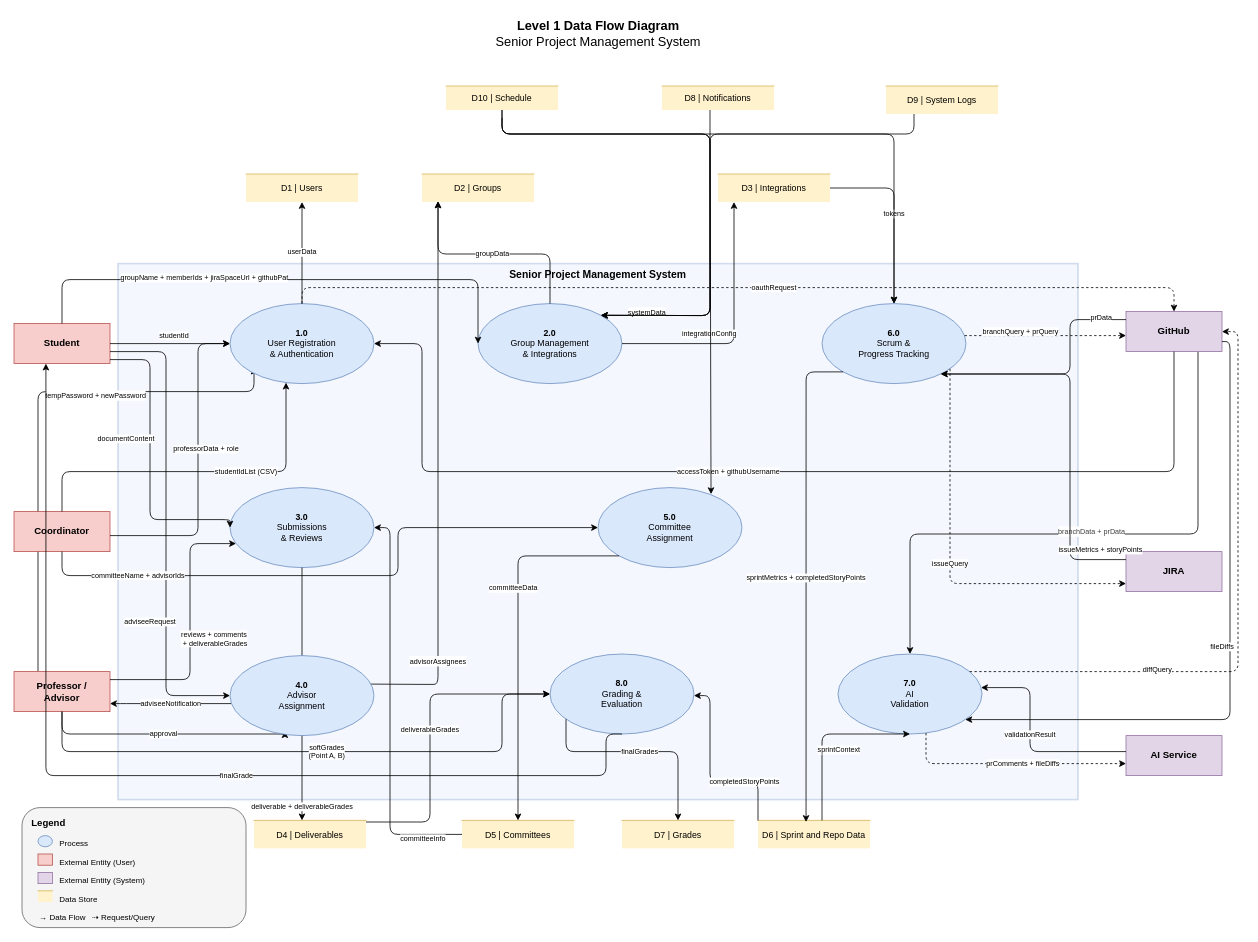
The draw.io diagram docs/dfd/dfd-level1.drawio in SE3318-Spring-2025-2026/senior-app-4, before the edit. Source tidied: cells renumbered, new cells numbered last; positions are measured from the earlier drawing's top-left corner, leaving out a move shared by most shapes. Both pictures are drawn from the tidied source at 80%, with x=0, y=0 at pixel (14, 14).
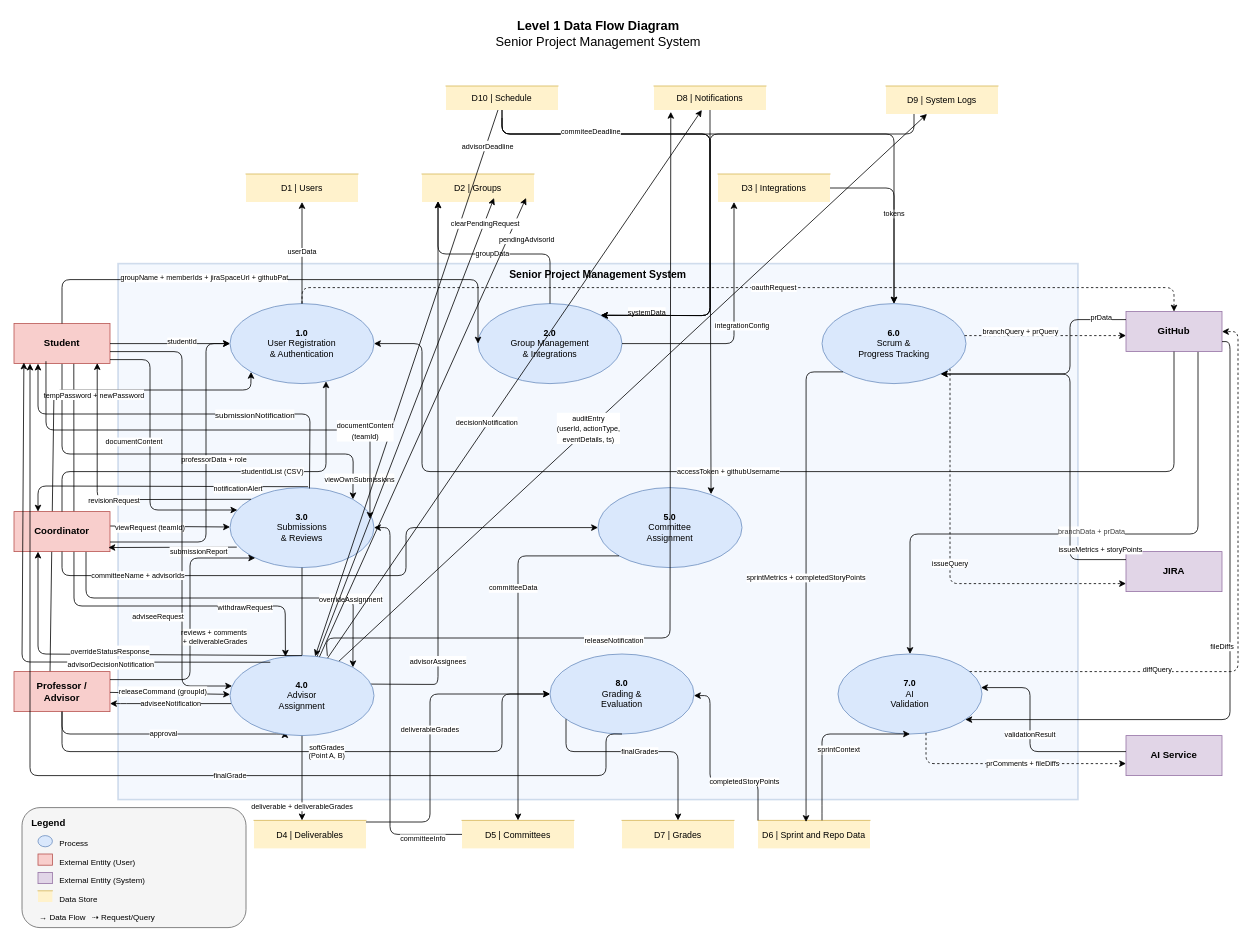
After the change.

Commit message:
level1 dfd has been updated according to the processes 3 and 4 for sprint 3

Unchanged cells that the change refers to:
```xml
<mxCell id="4" value="&lt;b&gt;Student&lt;/b&gt;" style="shape=rectangle;whiteSpace=wrap;html=1;fillColor=#f8cecc;strokeColor=#b85450;fontSize=12;" parent="1" vertex="1">
  <mxGeometry y="387" width="120" height="50" as="geometry" />
</mxCell>
<mxCell id="7" value="&lt;b&gt;Professor /&lt;br&gt;Advisor&lt;/b&gt;" style="shape=rectangle;whiteSpace=wrap;html=1;fillColor=#f8cecc;strokeColor=#b85450;fontSize=12;" parent="1" vertex="1">
  <mxGeometry y="822" width="120" height="50" as="geometry" />
</mxCell>
<mxCell id="8" value="&lt;b&gt;Coordinator&lt;br&gt;&lt;/b&gt;" style="shape=rectangle;whiteSpace=wrap;html=1;fillColor=#f8cecc;strokeColor=#b85450;fontSize=12;" parent="1" vertex="1">
  <mxGeometry y="622" width="120" height="50" as="geometry" />
</mxCell>
<mxCell id="14" value="&lt;b&gt;1.0&lt;/b&gt;&lt;br&gt;User Registration&lt;br&gt;&amp; Authentication" style="ellipse;whiteSpace=wrap;html=1;fillColor=#dae8fc;strokeColor=#6c8ebf;fontSize=11;" parent="1" vertex="1">
  <mxGeometry x="270" y="362" width="180" height="100" as="geometry" />
</mxCell>
<mxCell id="15" value="&lt;b&gt;2.0&lt;/b&gt;&lt;br&gt;Group Management&lt;br&gt;&amp; Integrations" style="ellipse;whiteSpace=wrap;html=1;fillColor=#dae8fc;strokeColor=#6c8ebf;fontSize=11;" parent="1" vertex="1">
  <mxGeometry x="580" y="362" width="180" height="100" as="geometry" />
</mxCell>
<mxCell id="16" value="&lt;b&gt;3.0&lt;/b&gt;&lt;br&gt;Submissions&lt;br&gt;&amp; Reviews" style="ellipse;whiteSpace=wrap;html=1;fillColor=#dae8fc;strokeColor=#6c8ebf;fontSize=11;" parent="1" vertex="1">
  <mxGeometry x="270" y="592" width="180" height="100" as="geometry" />
</mxCell>
<mxCell id="18" value="&lt;b&gt;5.0&lt;/b&gt;&lt;br&gt;Committee&lt;br&gt;Assignment" style="ellipse;whiteSpace=wrap;html=1;fillColor=#dae8fc;strokeColor=#6c8ebf;fontSize=11;" parent="1" vertex="1">
  <mxGeometry x="730" y="592" width="180" height="100" as="geometry" />
</mxCell>
<mxCell id="21" value="&lt;b&gt;8.0&lt;/b&gt;&lt;br&gt;Grading &amp;&lt;br&gt;Evaluation" style="ellipse;whiteSpace=wrap;html=1;fillColor=#dae8fc;strokeColor=#6c8ebf;fontSize=11;" parent="1" vertex="1">
  <mxGeometry x="670" y="800" width="180" height="100" as="geometry" />
</mxCell>
<mxCell id="23" value="D2 | Groups" style="shape=partialRectangle;whiteSpace=wrap;html=1;fillColor=#fff2cc;strokeColor=#d6b656;fontSize=11;top=1;left=0;right=0;bottom=0;" parent="1" vertex="1">
  <mxGeometry x="510" y="200" width="140" height="35" as="geometry" />
</mxCell>
<mxCell id="24" value="D3 | Integrations" style="shape=partialRectangle;whiteSpace=wrap;html=1;fillColor=#fff2cc;strokeColor=#d6b656;fontSize=11;top=1;left=0;right=0;bottom=0;" parent="1" vertex="1">
  <mxGeometry x="880" y="200" width="140" height="35" as="geometry" />
</mxCell>
<mxCell id="74" value="&lt;b&gt;4.0&lt;/b&gt;&lt;br&gt;Advisor&lt;br&gt;Assignment" style="ellipse;whiteSpace=wrap;html=1;fillColor=#dae8fc;strokeColor=#6c8ebf;fontSize=11;" parent="1" vertex="1">
  <mxGeometry x="270" y="802" width="180" height="100" as="geometry" />
</mxCell>
<mxCell id="79" value="D10 | Schedule" style="shape=partialRectangle;whiteSpace=wrap;html=1;fillColor=#fff2cc;strokeColor=#d6b656;fontSize=11;top=1;left=0;right=0;bottom=0;" parent="1" vertex="1">
  <mxGeometry x="540" y="90" width="140" height="30" as="geometry" />
</mxCell>
<mxCell id="82" value="D9 | System Logs" style="shape=partialRectangle;whiteSpace=wrap;html=1;fillColor=#fff2cc;strokeColor=#d6b656;fontSize=11;top=1;left=0;right=0;bottom=0;" parent="1" vertex="1">
  <mxGeometry x="1090" y="90" width="140" height="35" as="geometry" />
</mxCell>
```

What changed in the source:
```diff
@@
+    <mxCell id="84" style="edgeStyle=none;html=1;entryX=0.385;entryY=0.013;entryDx=0;entryDy=0;entryPerimeter=0;exitX=0.623;exitY=0.965;exitDx=0;exitDy=0;exitPerimeter=0;" parent="1" edge="1" source="4" target="74">
+      <mxGeometry relative="1" as="geometry">
+        <Array as="points">
+          <mxPoint x="75" y="740" />
+          <mxPoint x="339" y="740" />
+        </Array>
+      </mxGeometry>
+    </mxCell>
+    <mxCell id="85" value="&lt;font style=&quot;font-size: 9px;&quot;&gt;withdrawRequest&lt;/font&gt;" style="edgeLabel;html=1;align=center;verticalAlign=middle;" parent="84" vertex="1">
+      <mxGeometry x="0.64" y="-1" relative="1" as="geometry" />
+    </mxCell>
+    <mxCell id="86" style="edgeStyle=none;html=1;entryX=1;entryY=0;entryDx=0;entryDy=0;" parent="1" edge="1" source="4" target="16">
+      <mxGeometry relative="1" as="geometry">
+        <Array as="points">
+          <mxPoint x="60" y="550" />
+          <mxPoint x="424" y="550" />
+        </Array>
+      </mxGeometry>
+    </mxCell>
+    <mxCell id="87" value="&lt;font style=&quot;font-size: 9px;&quot;&gt;viewOwnSubmissions&lt;/font&gt;" style="edgeLabel;html=1;align=center;verticalAlign=middle;" parent="86" vertex="1">
+      <mxGeometry x="-0.03" y="-2" relative="1" as="geometry">
+        <mxPoint x="225" y="28" as="offset" />
+      </mxGeometry>
+    </mxCell>
@@
-    <mxCell id="5" style="edgeStyle=none;html=1;exitX=0.25;exitY=0;exitDx=0;exitDy=0;" parent="1" edge="1" source="7">
+    <mxCell id="5" style="edgeStyle=none;html=1;exitX=0.375;exitY=0.05;exitDx=0;exitDy=0;exitPerimeter=0;entryX=0;entryY=1;entryDx=0;entryDy=0;" parent="1" edge="1" source="7" target="14">
       <mxGeometry relative="1" as="geometry">
-        <mxPoint x="300" y="442" as="targetPoint" />
         <Array as="points">
-          <mxPoint x="30" y="472" />
-          <mxPoint x="300" y="472" />
+          <mxPoint x="50" y="470" />
+          <mxPoint x="296" y="470" />
         </Array>
       </mxGeometry>
     </mxCell>
     <mxCell id="6" value="&lt;font style=&quot;font-size: 9px;&quot;&gt;tempPassword + newPassword&lt;/font&gt;" style="edgeLabel;html=1;align=center;verticalAlign=middle;" parent="5" vertex="1">
       <mxGeometry x="-0.19" y="2" relative="1" as="geometry">
-        <mxPoint x="73" y="-83" as="offset" />
+        <mxPoint x="53" y="-97" as="offset" />
       </mxGeometry>
     </mxCell>
@@
+    <mxCell id="88" style="edgeStyle=none;html=1;exitX=0.75;exitY=1;exitDx=0;exitDy=0;entryX=1;entryY=0;entryDx=0;entryDy=0;" parent="1" edge="1" source="8" target="74">
+      <mxGeometry relative="1" as="geometry">
+        <Array as="points">
+          <mxPoint x="90" y="730" />
+          <mxPoint x="424" y="730" />
+        </Array>
+      </mxGeometry>
+    </mxCell>
+    <mxCell id="89" value="&lt;font style=&quot;font-size: 9px;&quot;&gt;overrideAssignment&lt;/font&gt;" style="edgeLabel;html=1;align=center;verticalAlign=middle;" parent="88" vertex="1">
+      <mxGeometry x="0.46" y="3" relative="1" as="geometry">
+        <mxPoint x="39" y="3" as="offset" />
+      </mxGeometry>
+    </mxCell>
+    <mxCell id="90" style="edgeStyle=none;html=1;exitX=1;exitY=0.36;exitDx=0;exitDy=0;exitPerimeter=0;" parent="1" edge="1" source="8" target="16">
+      <mxGeometry relative="1" as="geometry" />
+    </mxCell>
+    <mxCell id="91" value="&lt;span style=&quot;color: rgb(0, 0, 0); font-size: 9px;&quot;&gt;viewRequest (teamId)&lt;/span&gt;" style="edgeLabel;html=1;align=center;verticalAlign=middle;" parent="90" vertex="1">
+      <mxGeometry x="-0.15" y="-4" relative="1" as="geometry">
+        <mxPoint x="-14" y="-3" as="offset" />
+      </mxGeometry>
+    </mxCell>
@@
+    <mxCell id="92" style="edgeStyle=none;html=1;entryX=0.983;entryY=0.898;entryDx=0;entryDy=0;entryPerimeter=0;exitX=0.047;exitY=0.744;exitDx=0;exitDy=0;exitPerimeter=0;" parent="1" edge="1" source="16" target="8">
+      <mxGeometry relative="1" as="geometry" />
+    </mxCell>
+    <mxCell id="93" value="&lt;font style=&quot;font-size: 9px;&quot;&gt;submissionReport&lt;/font&gt;" style="edgeLabel;html=1;align=center;verticalAlign=middle;" parent="92" vertex="1">
+      <mxGeometry x="-0.04" y="-3" relative="1" as="geometry">
+        <mxPoint x="29" y="8" as="offset" />
+      </mxGeometry>
+    </mxCell>
+    <mxCell id="94" style="edgeStyle=none;html=1;exitX=0.542;exitY=-0.011;exitDx=0;exitDy=0;exitPerimeter=0;entryX=0.25;entryY=0;entryDx=0;entryDy=0;" parent="1" edge="1" source="16" target="8">
+      <mxGeometry relative="1" as="geometry">
+        <Array as="points">
+          <mxPoint x="30" y="590" />
+        </Array>
+      </mxGeometry>
+    </mxCell>
+    <mxCell id="95" value="&lt;font style=&quot;font-size: 9px;&quot;&gt;notificationAlert&lt;/font&gt;" style="edgeLabel;html=1;align=center;verticalAlign=middle;" parent="94" vertex="1">
+      <mxGeometry x="0.26" relative="1" as="geometry">
+        <mxPoint x="145" y="2" as="offset" />
+      </mxGeometry>
+    </mxCell>
@@
+    <mxCell id="96" style="edgeStyle=none;html=1;exitX=0.552;exitY=0.011;exitDx=0;exitDy=0;exitPerimeter=0;entryX=0.25;entryY=1;entryDx=0;entryDy=0;" parent="1" edge="1" source="16" target="4">
+      <mxGeometry relative="1" as="geometry">
+        <Array as="points">
+          <mxPoint x="370" y="500" />
+          <mxPoint x="30" y="500" />
+        </Array>
+      </mxGeometry>
+    </mxCell>
+    <mxCell id="97" value="&lt;font size=&quot;1&quot;&gt;submissionNotification&lt;/font&gt;" style="edgeLabel;html=1;align=center;verticalAlign=middle;" parent="96" vertex="1">
+      <mxGeometry x="-0.13" y="-6" relative="1" as="geometry">
+        <mxPoint x="53" y="6" as="offset" />
+      </mxGeometry>
+    </mxCell>
@@
     <mxCell id="29" value="studentId" style="html=1;edgeStyle=orthogonalEdgeStyle;rounded=1;fontSize=9;" parent="1" edge="1" source="4" target="14">
-      <mxGeometry x="0.07" y="10" relative="1" as="geometry" />
+      <mxGeometry x="0.2" y="2" relative="1" as="geometry" />
     </mxCell>
     <mxCell id="30" value="professorData + role" style="html=1;edgeStyle=orthogonalEdgeStyle;rounded=1;fontSize=9;" parent="1" edge="1" source="8" target="14">
       <mxGeometry x="0.12" y="-10" relative="1" as="geometry">
         <Array as="points">
-          <mxPoint x="230" y="652" />
-          <mxPoint x="230" y="412" />
+          <mxPoint x="240" y="660" />
+          <mxPoint x="240" y="412" />
         </Array>
       </mxGeometry>
     </mxCell>
@@
-    <mxCell id="32" value="documentContent" style="html=1;edgeStyle=orthogonalEdgeStyle;rounded=1;fontSize=9;entryX=0;entryY=0.5;entryDx=0;entryDy=0;" parent="1" edge="1" source="4" target="16">
-      <mxGeometry x="-0.17" y="-30" relative="1" as="geometry">
+    <mxCell id="32" value="documentContent" style="html=1;edgeStyle=orthogonalEdgeStyle;rounded=1;fontSize=9;" parent="1" edge="1" source="4" target="16">
+      <mxGeometry x="-0.12" y="-20" relative="1" as="geometry">
         <Array as="points">
           <mxPoint x="170" y="432" />
-          <mxPoint x="170" y="632" />
-          <mxPoint x="270" y="632" />
+          <mxPoint x="170" y="620" />
         </Array>
       </mxGeometry>
     </mxCell>
     <mxCell id="33" value="reviews + comments&lt;div&gt;&lt;span style=&quot;color: rgb(0, 0, 0);&quot;&gt;&amp;nbsp;+&amp;nbsp;&lt;/span&gt;&lt;span style=&quot;scrollbar-color: rgb(226, 226, 226) rgb(251, 251, 251); color: rgb(0, 0, 0);&quot;&gt;deliverableGrades&lt;/span&gt;&lt;/div&gt;" style="html=1;edgeStyle=orthogonalEdgeStyle;rounded=1;fontSize=9;" parent="1" edge="1" source="7" target="16">
       <mxGeometry x="-0.08" y="-30" relative="1" as="geometry">
         <Array as="points">
           <mxPoint x="220" y="832" />
-          <mxPoint x="220" y="662" />
+          <mxPoint x="220" y="680" />
         </Array>
       </mxGeometry>
     </mxCell>
     <mxCell id="34" value="adviseeRequest" style="html=1;edgeStyle=orthogonalEdgeStyle;rounded=1;fontSize=9;" parent="1" edge="1" source="4" target="74">
-      <mxGeometry x="0.41" y="-20" relative="1" as="geometry">
+      <mxGeometry x="0.48" y="-30" relative="1" as="geometry">
         <Array as="points">
-          <mxPoint x="190" y="422" />
-          <mxPoint x="190" y="852" />
+          <mxPoint x="210" y="422" />
+          <mxPoint x="210" y="840" />
         </Array>
-        <mxPoint y="-1" as="offset" />
       </mxGeometry>
     </mxCell>
@@
     <mxCell id="39" value="integrationConfig" style="html=1;edgeStyle=orthogonalEdgeStyle;rounded=1;fontSize=9;" parent="1" edge="1" source="15" target="24">
-      <mxGeometry x="-0.31" y="12" relative="1" as="geometry">
+      <mxGeometry x="0.02" y="-10" relative="1" as="geometry">
         <Array as="points">
           <mxPoint x="900" y="412" />
         </Array>
       </mxGeometry>
     </mxCell>
     <mxCell id="40" value="committeeName + advisorIds" style="html=1;edgeStyle=orthogonalEdgeStyle;rounded=1;fontSize=9;" parent="1" edge="1" source="8" target="18">
       <mxGeometry x="-0.67" relative="1" as="geometry">
         <Array as="points">
           <mxPoint x="60" y="702" />
-          <mxPoint x="480" y="702" />
-          <mxPoint x="480" y="642" />
+          <mxPoint x="490" y="702" />
+          <mxPoint x="490" y="642" />
         </Array>
       </mxGeometry>
     </mxCell>
     <mxCell id="41" value="studentIdList (CSV)" style="html=1;edgeStyle=orthogonalEdgeStyle;rounded=1;fontSize=9;" parent="1" edge="1" source="8" target="14">
       <mxGeometry x="0.27" relative="1" as="geometry">
         <Array as="points">
           <mxPoint x="60" y="572" />
-          <mxPoint x="340" y="572" />
+          <mxPoint x="390" y="572" />
         </Array>
       </mxGeometry>
     </mxCell>
@@
-    <mxCell id="62" value="finalGrade" style="html=1;edgeStyle=orthogonalEdgeStyle;rounded=1;fontSize=9;dashed=0;exitX=0.5;exitY=1;exitDx=0;exitDy=0;" parent="1" edge="1" source="21">
+    <mxCell id="62" value="finalGrade" style="html=1;edgeStyle=orthogonalEdgeStyle;rounded=1;fontSize=9;dashed=0;exitX=0.5;exitY=1;exitDx=0;exitDy=0;" parent="1" edge="1" source="21" target="4">
       <mxGeometry x="-0.17" relative="1" as="geometry">
-        <mxPoint x="39.9" y="437" as="targetPoint" />
         <Array as="points">
           <mxPoint x="740" y="900" />
           <mxPoint x="740" y="952" />
-          <mxPoint x="40" y="952" />
+          <mxPoint x="20" y="952" />
         </Array>
       </mxGeometry>
     </mxCell>
@@
+    <mxCell id="98" style="edgeStyle=none;html=1;exitX=0.676;exitY=0.003;exitDx=0;exitDy=0;exitPerimeter=0;entryX=0.15;entryY=1.078;entryDx=0;entryDy=0;entryPerimeter=0;" parent="1" edge="1" source="74" target="80">
+      <mxGeometry relative="1" as="geometry">
+        <Array as="points">
+          <mxPoint x="390" y="780" />
+          <mxPoint x="820" y="780" />
+        </Array>
+      </mxGeometry>
+    </mxCell>
+    <mxCell id="99" value="&lt;span style=&quot;color: rgb(0, 0, 0); font-size: 9px;&quot;&gt;releaseNotification&lt;/span&gt;" style="edgeLabel;html=1;align=center;verticalAlign=middle;" parent="98" vertex="1">
+      <mxGeometry x="0.63" y="-4" relative="1" as="geometry">
+        <mxPoint x="-75" y="455" as="offset" />
+      </mxGeometry>
+    </mxCell>
+    <mxCell id="100" style="edgeStyle=none;html=1;" parent="1" edge="1" source="74" target="80">
+      <mxGeometry relative="1" as="geometry" />
+    </mxCell>
+    <mxCell id="101" value="&lt;span style=&quot;color: rgb(0, 0, 0); font-size: 9px;&quot;&gt;decisionNotification&lt;/span&gt;" style="edgeLabel;html=1;align=center;verticalAlign=middle;" parent="100" vertex="1">
+      <mxGeometry x="-0.14" y="2" relative="1" as="geometry">
+        <mxPoint x="-1" as="offset" />
+      </mxGeometry>
+    </mxCell>
+    <mxCell id="102" style="edgeStyle=none;html=1;" parent="1" edge="1" source="74" target="82">
+      <mxGeometry relative="1" as="geometry" />
+    </mxCell>
+    <mxCell id="103" value="&lt;span style=&quot;color: rgb(0, 0, 0); font-size: 9px;&quot;&gt;auditEntry&lt;/span&gt;&lt;br style=&quot;color: rgb(63, 63, 63); scrollbar-color: rgb(226, 226, 226) rgb(251, 251, 251); font-size: 9px;&quot;&gt;&lt;span style=&quot;color: rgb(0, 0, 0); font-size: 9px;&quot;&gt;(userId, actionType,&lt;/span&gt;&lt;br style=&quot;color: rgb(63, 63, 63); scrollbar-color: rgb(226, 226, 226) rgb(251, 251, 251); font-size: 9px;&quot;&gt;&lt;span style=&quot;color: rgb(0, 0, 0); font-size: 9px;&quot;&gt;eventDetails, ts)&lt;/span&gt;" style="edgeLabel;html=1;align=center;verticalAlign=middle;" parent="102" vertex="1">
+      <mxGeometry x="-0.15" y="2" relative="1" as="geometry">
+        <mxPoint y="1" as="offset" />
+      </mxGeometry>
+    </mxCell>
@@
     <mxCell id="78" style="edgeStyle=none;html=1;exitX=0.5;exitY=1;exitDx=0;exitDy=0;entryX=0.785;entryY=0.082;entryDx=0;entryDy=0;entryPerimeter=0;" parent="1" edge="1" source="79" target="18">
       <mxGeometry relative="1" as="geometry">
         <Array as="points">
           <mxPoint x="610" y="150" />
-          <mxPoint x="700" y="150" />
           <mxPoint x="740" y="150" />
           <mxPoint x="810" y="150" />
           <mxPoint x="870" y="150" />
         </Array>
       </mxGeometry>
     </mxCell>
+    <mxCell id="104" value="&lt;font style=&quot;font-size: 9px;&quot;&gt;commiteeDeadline&lt;/font&gt;" style="edgeLabel;html=1;align=center;verticalAlign=middle;" parent="78" vertex="1">
+      <mxGeometry x="-0.64" y="4" relative="1" as="geometry">
+        <mxPoint x="7" as="offset" />
+      </mxGeometry>
+    </mxCell>
+    <mxCell id="105" style="edgeStyle=none;html=1;" parent="1" edge="1" source="79" target="74">
+      <mxGeometry relative="1" as="geometry" />
+    </mxCell>
+    <mxCell id="106" value="&lt;span style=&quot;color: rgb(0, 0, 0); font-size: 9px;&quot;&gt;advisorDeadline&lt;/span&gt;" style="edgeLabel;html=1;align=center;verticalAlign=middle;" parent="105" vertex="1">
+      <mxGeometry x="-0.87" y="1" relative="1" as="geometry" />
+    </mxCell>
@@
     <mxCell id="80" value="D8 | Notifications" style="shape=partialRectangle;whiteSpace=wrap;html=1;fillColor=#fff2cc;strokeColor=#d6b656;fontSize=11;top=1;left=0;right=0;bottom=0;" parent="1" vertex="1">
-      <mxGeometry x="810" y="90" width="140" height="30" as="geometry" />
+      <mxGeometry x="800" y="90" width="140" height="30" as="geometry" />
     </mxCell>
@@
-    <mxCell id="83" style="edgeStyle=none;html=1;entryX=1;entryY=0;entryDx=0;entryDy=0;" parent="1" edge="1" target="15">
+    <mxCell id="83" style="edgeStyle=none;html=1;entryX=1;entryY=0;entryDx=0;entryDy=0;" parent="1" edge="1" source="80" target="15">
       <mxGeometry relative="1" as="geometry">
-        <mxPoint x="870" y="120" as="sourcePoint" />
         <Array as="points">
           <mxPoint x="870" y="160" />
           <mxPoint x="870" y="240" />
           <mxPoint x="870" y="377" />
         </Array>
       </mxGeometry>
     </mxCell>
+    <mxCell id="107" style="edgeStyle=none;html=1;entryX=0.103;entryY=0.973;entryDx=0;entryDy=0;entryPerimeter=0;exitX=0.28;exitY=0.083;exitDx=0;exitDy=0;exitPerimeter=0;" parent="1" edge="1" source="74" target="4">
+      <mxGeometry relative="1" as="geometry">
+        <Array as="points">
+          <mxPoint x="10" y="810" />
+        </Array>
+      </mxGeometry>
+    </mxCell>
+    <mxCell id="108" value="&lt;font style=&quot;font-size: 9px;&quot;&gt;advisorDecisionNotification&lt;/font&gt;" style="edgeLabel;html=1;align=center;verticalAlign=middle;" parent="107" vertex="1">
+      <mxGeometry x="0.09" y="1" relative="1" as="geometry">
+        <mxPoint x="111" y="65" as="offset" />
+      </mxGeometry>
+    </mxCell>
+    <mxCell id="109" style="edgeStyle=none;html=1;entryX=0.867;entryY=0.987;entryDx=0;entryDy=0;entryPerimeter=0;exitX=0;exitY=0;exitDx=0;exitDy=0;" parent="1" edge="1" source="16" target="4">
+      <mxGeometry relative="1" as="geometry">
+        <Array as="points">
+          <mxPoint x="104" y="607" />
+        </Array>
+      </mxGeometry>
+    </mxCell>
+    <mxCell id="110" value="&lt;font style=&quot;font-size: 9px;&quot;&gt;revisionRequest&lt;/font&gt;" style="edgeLabel;html=1;align=center;verticalAlign=middle;" parent="109" vertex="1">
+      <mxGeometry x="-0.44" y="2" relative="1" as="geometry">
+        <mxPoint x="-70" y="-1" as="offset" />
+      </mxGeometry>
+    </mxCell>
+    <mxCell id="111" style="edgeStyle=none;html=1;entryX=0.972;entryY=0.39;entryDx=0;entryDy=0;entryPerimeter=0;exitX=0.333;exitY=0.94;exitDx=0;exitDy=0;exitPerimeter=0;" parent="1" edge="1" source="4" target="16">
+      <mxGeometry relative="1" as="geometry">
+        <Array as="points">
+          <mxPoint x="40" y="520" />
+          <mxPoint x="445" y="520" />
+        </Array>
+      </mxGeometry>
+    </mxCell>
+    <mxCell id="112" value="&lt;span style=&quot;color: rgb(0, 0, 0); font-size: 9px;&quot;&gt;documentContent&lt;/span&gt;&lt;br style=&quot;color: rgb(63, 63, 63); scrollbar-color: rgb(226, 226, 226) rgb(251, 251, 251); font-size: 9px;&quot;&gt;&lt;span style=&quot;color: rgb(0, 0, 0); font-size: 9px;&quot;&gt;(teamId)&lt;/span&gt;" style="edgeLabel;html=1;align=center;verticalAlign=middle;" parent="111" vertex="1">
+      <mxGeometry x="0.56" y="3" relative="1" as="geometry">
+        <mxPoint x="15" y="3" as="offset" />
+      </mxGeometry>
+    </mxCell>
+    <mxCell id="113" style="edgeStyle=none;html=1;" parent="1" edge="1" source="7" target="74">
+      <mxGeometry relative="1" as="geometry" />
+    </mxCell>
+    <mxCell id="114" value="&lt;font style=&quot;font-size: 9px;&quot;&gt;releaseCommand (groupId)&lt;/font&gt;" style="edgeLabel;html=1;align=center;verticalAlign=middle;" parent="113" vertex="1">
+      <mxGeometry x="0.54" y="-4" relative="1" as="geometry">
+        <mxPoint x="-50" y="-7" as="offset" />
+      </mxGeometry>
+    </mxCell>
+    <mxCell id="115" style="edgeStyle=none;html=1;entryX=0.25;entryY=1;entryDx=0;entryDy=0;exitX=0.5;exitY=0;exitDx=0;exitDy=0;" parent="1" edge="1" source="74" target="8">
+      <mxGeometry relative="1" as="geometry">
+        <Array as="points">
+          <mxPoint x="30" y="800" />
+        </Array>
+      </mxGeometry>
+    </mxCell>
+    <mxCell id="116" value="&lt;span style=&quot;color: rgb(0, 0, 0); font-size: 9px;&quot;&gt;overrideStatusResponse&lt;/span&gt;" style="edgeLabel;html=1;align=center;verticalAlign=middle;" parent="115" vertex="1">
+      <mxGeometry x="-0.14" y="4" relative="1" as="geometry">
+        <mxPoint x="-43" y="-9" as="offset" />
+      </mxGeometry>
+    </mxCell>
+    <mxCell id="117" style="edgeStyle=none;html=1;entryX=0.929;entryY=0.857;entryDx=0;entryDy=0;entryPerimeter=0;" parent="1" edge="1" source="74" target="23">
+      <mxGeometry relative="1" as="geometry" />
+    </mxCell>
+    <mxCell id="118" value="&lt;font style=&quot;font-size: 9px;&quot;&gt;pendingAdvisorId&lt;/font&gt;" style="edgeLabel;html=1;align=center;verticalAlign=middle;" parent="117" vertex="1">
+      <mxGeometry x="0.29" y="-5" relative="1" as="geometry">
+        <mxPoint x="87" y="-155" as="offset" />
+      </mxGeometry>
+    </mxCell>
+    <mxCell id="119" style="edgeStyle=none;html=1;entryX=0.643;entryY=0.857;entryDx=0;entryDy=0;entryPerimeter=0;" parent="1" edge="1" source="74" target="23">
+      <mxGeometry relative="1" as="geometry" />
+    </mxCell>
+    <mxCell id="120" value="&lt;span style=&quot;color: rgb(0, 0, 0);&quot;&gt;&lt;font style=&quot;font-size: 9px;&quot;&gt;clearPendingRequest&lt;/font&gt;&lt;/span&gt;" style="edgeLabel;html=1;align=center;verticalAlign=middle;" parent="119" vertex="1">
+      <mxGeometry x="0.89" relative="1" as="geometry" />
+    </mxCell>
```
